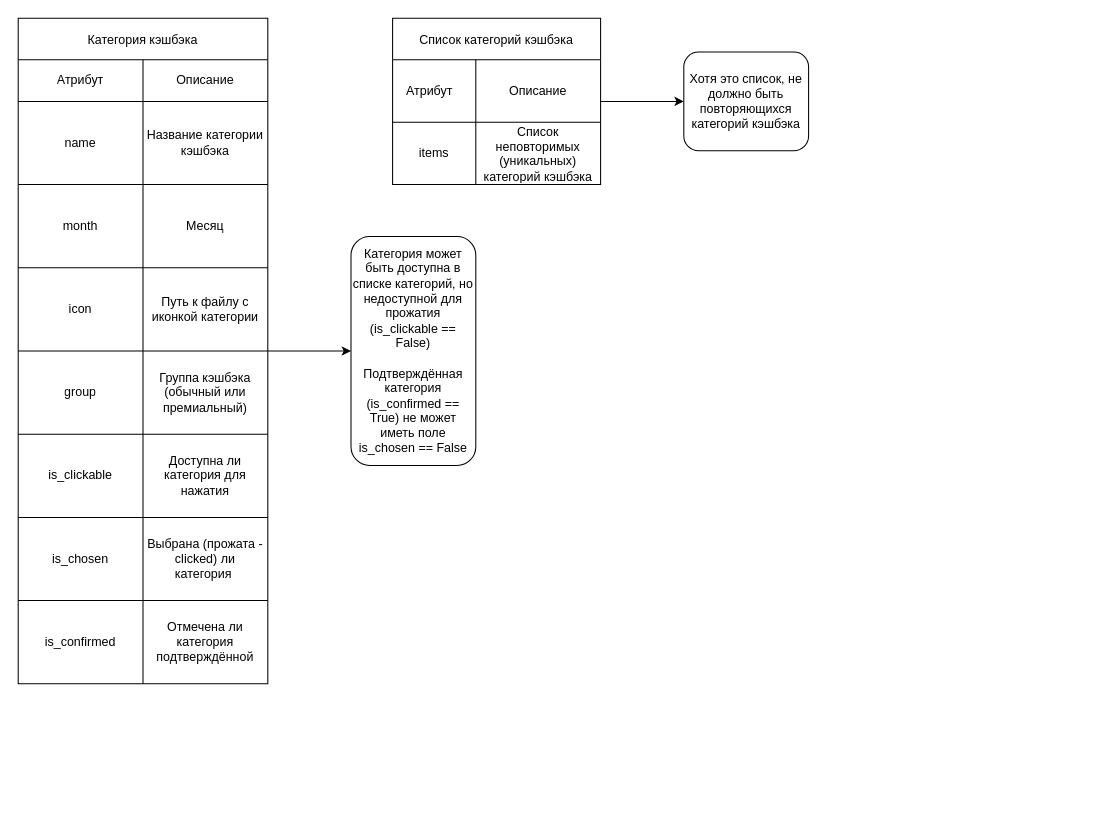
Above: Stanley_Kudrow/core/SA/ex06_data_models/ex06_data_model.drawio in abdullahproff/BSA21_1 (draw.io), before the change. Source tidied: cells renumbered, new cells numbered last; positions are measured from the earlier drawing's top-left corner, leaving out a move shared by most shapes. Both pictures are drawn from the tidied source at 104%, with x=0, y=0 at pixel (18, 18).
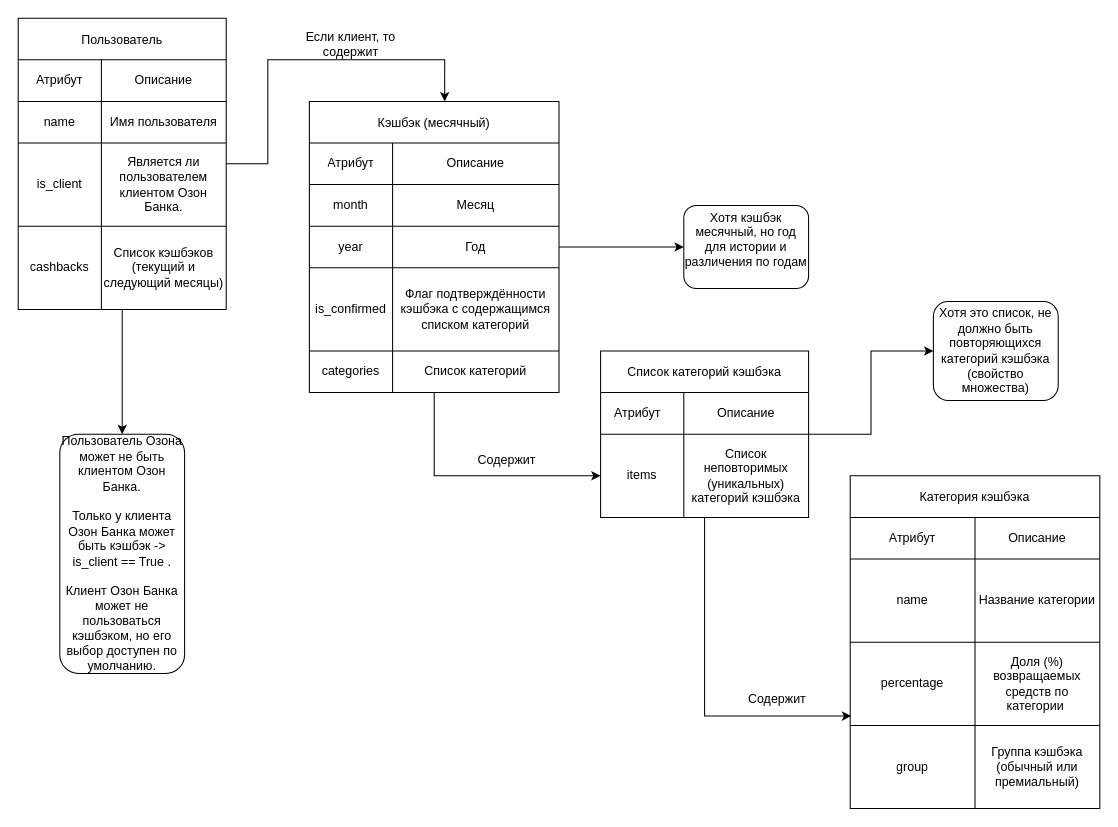
The same page after the edit.

Commit message (it also covers changes not shown here):
update ex06 data models

The change refers to these unchanged cells:
```xml
<mxCell id="7" style="shape=tableRow;horizontal=0;startSize=0;swimlaneHead=0;swimlaneBody=0;strokeColor=inherit;top=0;left=0;bottom=0;right=0;fillColor=none;" parent="3" vertex="1">
  <mxGeometry y="80" width="240" height="80" as="geometry" />
</mxCell>
<mxCell id="10" style="shape=tableRow;horizontal=0;startSize=0;swimlaneHead=0;swimlaneBody=0;strokeColor=inherit;top=0;left=0;bottom=0;right=0;fillColor=none;points=[[0,0.5],[1,0.5]];portConstraint=eastwest;" parent="3" vertex="1">
  <mxGeometry y="160" width="240" height="80" as="geometry" />
</mxCell>
```

The edit, as a diff of the source:
```diff
@@
-    <mxCell id="2" style="edgeStyle=orthogonalEdgeStyle;rounded=0;jettySize=auto;html=1;" parent="1" edge="1" source="3" target="28">
-      <mxGeometry relative="1" as="geometry" />
-    </mxCell>
     <mxCell id="3" value="Категория кэшбэка" style="shape=table;startSize=40;childLayout=tableLayout;" parent="1" vertex="1">
-      <mxGeometry width="240" height="640" as="geometry" />
+      <mxGeometry x="800" y="440" width="240" height="320" as="geometry" />
     </mxCell>
@@
-    <mxCell id="9" value="Название категории кэшбэка" style="shape=partialRectangle;html=1;whiteSpace=wrap;strokeColor=inherit;overflow=hidden;fillColor=none;top=0;left=0;bottom=0;right=0;" parent="7" vertex="1">
+    <mxCell id="9" value="Название категории" style="shape=partialRectangle;html=1;whiteSpace=wrap;strokeColor=inherit;overflow=hidden;fillColor=none;top=0;left=0;bottom=0;right=0;" parent="7" vertex="1">
       <mxGeometry x="120" width="120" height="80" as="geometry" />
     </mxCell>
@@
-    <mxCell id="11" value="month" style="shape=partialRectangle;html=1;whiteSpace=wrap;strokeColor=inherit;overflow=hidden;fillColor=none;top=0;left=0;bottom=0;right=0;" parent="10" vertex="1">
+    <mxCell id="11" value="percentage" style="shape=partialRectangle;html=1;whiteSpace=wrap;strokeColor=inherit;overflow=hidden;fillColor=none;top=0;left=0;bottom=0;right=0;" parent="10" vertex="1">
       <mxGeometry width="120" height="80" as="geometry" />
     </mxCell>
-    <mxCell id="12" value="Месяц" style="shape=partialRectangle;html=1;whiteSpace=wrap;strokeColor=inherit;overflow=hidden;fillColor=none;top=0;left=0;bottom=0;right=0;" parent="10" vertex="1">
+    <mxCell id="12" value="Доля (%) возвращаемых средств по категории&amp;nbsp;" style="shape=partialRectangle;html=1;whiteSpace=wrap;strokeColor=inherit;overflow=hidden;fillColor=none;top=0;left=0;bottom=0;right=0;" parent="10" vertex="1">
       <mxGeometry x="120" width="120" height="80" as="geometry" />
     </mxCell>
-    <mxCell id="13" style="shape=tableRow;horizontal=0;startSize=0;swimlaneHead=0;swimlaneBody=0;strokeColor=inherit;top=0;left=0;bottom=0;right=0;fillColor=none;" parent="3" vertex="1">
-      <mxGeometry y="240" width="240" height="80" as="geometry" />
-    </mxCell>
-    <mxCell id="14" value="icon" style="shape=partialRectangle;html=1;whiteSpace=wrap;strokeColor=inherit;overflow=hidden;fillColor=none;top=0;left=0;bottom=0;right=0;" parent="13" vertex="1">
-      <mxGeometry width="120" height="80" as="geometry" />
-    </mxCell>
-    <mxCell id="15" value="Путь к файлу с иконкой категории" style="shape=partialRectangle;html=1;whiteSpace=wrap;strokeColor=inherit;overflow=hidden;fillColor=none;top=0;left=0;bottom=0;right=0;" parent="13" vertex="1">
-      <mxGeometry x="120" width="120" height="80" as="geometry" />
-    </mxCell>
     <mxCell id="16" style="shape=tableRow;horizontal=0;startSize=0;swimlaneHead=0;swimlaneBody=0;strokeColor=inherit;top=0;left=0;bottom=0;right=0;fillColor=none;" parent="3" vertex="1">
-      <mxGeometry y="320" width="240" height="80" as="geometry" />
+      <mxGeometry y="240" width="240" height="80" as="geometry" />
     </mxCell>
@@
-    <mxCell id="19" style="shape=tableRow;horizontal=0;startSize=0;swimlaneHead=0;swimlaneBody=0;strokeColor=inherit;top=0;left=0;bottom=0;right=0;fillColor=none;" parent="3" vertex="1">
-      <mxGeometry y="400" width="240" height="80" as="geometry" />
-    </mxCell>
-    <mxCell id="20" value="is_clickable" style="shape=partialRectangle;html=1;whiteSpace=wrap;strokeColor=inherit;overflow=hidden;fillColor=none;top=0;left=0;bottom=0;right=0;" parent="19" vertex="1">
-      <mxGeometry width="120" height="80" as="geometry" />
-    </mxCell>
-    <mxCell id="21" value="Доступна ли категория для нажатия" style="shape=partialRectangle;html=1;whiteSpace=wrap;strokeColor=inherit;overflow=hidden;fillColor=none;top=0;left=0;bottom=0;right=0;" parent="19" vertex="1">
-      <mxGeometry x="120" width="120" height="80" as="geometry" />
-    </mxCell>
-    <mxCell id="22" style="shape=tableRow;horizontal=0;startSize=0;swimlaneHead=0;swimlaneBody=0;strokeColor=inherit;top=0;left=0;bottom=0;right=0;fillColor=none;" parent="3" vertex="1">
-      <mxGeometry y="480" width="240" height="80" as="geometry" />
-    </mxCell>
-    <mxCell id="23" value="is_chosen" style="shape=partialRectangle;html=1;whiteSpace=wrap;strokeColor=inherit;overflow=hidden;fillColor=none;top=0;left=0;bottom=0;right=0;" parent="22" vertex="1">
-      <mxGeometry width="120" height="80" as="geometry" />
-    </mxCell>
-    <mxCell id="24" value="Выбрана (прожата - clicked) ли категория&amp;nbsp;" style="shape=partialRectangle;html=1;whiteSpace=wrap;strokeColor=inherit;overflow=hidden;fillColor=none;top=0;left=0;bottom=0;right=0;" parent="22" vertex="1">
-      <mxGeometry x="120" width="120" height="80" as="geometry" />
-    </mxCell>
-    <mxCell id="25" style="shape=tableRow;horizontal=0;startSize=0;swimlaneHead=0;swimlaneBody=0;strokeColor=inherit;top=0;left=0;bottom=0;right=0;fillColor=none;" parent="3" vertex="1">
-      <mxGeometry y="560" width="240" height="80" as="geometry" />
-    </mxCell>
-    <mxCell id="26" value="is_confirmed" style="shape=partialRectangle;html=1;whiteSpace=wrap;strokeColor=inherit;overflow=hidden;fillColor=none;top=0;left=0;bottom=0;right=0;" parent="25" vertex="1">
-      <mxGeometry width="120" height="80" as="geometry" />
-    </mxCell>
-    <mxCell id="27" value="Отмечена ли категория подтверждённой" style="shape=partialRectangle;html=1;whiteSpace=wrap;strokeColor=inherit;overflow=hidden;fillColor=none;top=0;left=0;bottom=0;right=0;" parent="25" vertex="1">
-      <mxGeometry x="120" width="120" height="80" as="geometry" />
-    </mxCell>
-    <mxCell id="28" value="Категория может быть доступна в списке категорий, но недоступной для прожатия (is_clickable == False)&lt;div&gt;&lt;br&gt;&lt;/div&gt;&lt;div&gt;Подтверждённая категория (is_confirmed == True) не может иметь поле is_chosen == False&lt;/div&gt;" style="rounded=1;whiteSpace=wrap;html=1;startSize=40;" parent="1" vertex="1">
-      <mxGeometry x="320" y="210" width="120" height="220" as="geometry" />
-    </mxCell>
@@
     <mxCell id="30" value="Список категорий кэшбэка" style="shape=table;startSize=40;childLayout=tableLayout;" parent="1" vertex="1">
-      <mxGeometry x="360" width="200" height="160" as="geometry" />
+      <mxGeometry x="560" y="320" width="200" height="160" as="geometry" />
     </mxCell>
     <mxCell id="31" style="shape=tableRow;horizontal=0;startSize=0;swimlaneHead=0;swimlaneBody=0;strokeColor=inherit;top=0;left=0;bottom=0;right=0;fillColor=none;" parent="30" vertex="1">
-      <mxGeometry y="40" width="200" height="60" as="geometry" />
+      <mxGeometry y="40" width="200" height="40" as="geometry" />
     </mxCell>
     <mxCell id="32" value="Атрибут&lt;span style=&quot;white-space: pre;&quot;&gt;&#9;&lt;/span&gt;" style="shape=partialRectangle;html=1;whiteSpace=wrap;strokeColor=inherit;overflow=hidden;fillColor=none;top=0;left=0;bottom=0;right=0;" parent="31" vertex="1">
-      <mxGeometry width="80" height="60" as="geometry" />
+      <mxGeometry width="80" height="40" as="geometry" />
     </mxCell>
     <mxCell id="33" value="Описание" style="shape=partialRectangle;html=1;whiteSpace=wrap;strokeColor=inherit;overflow=hidden;fillColor=none;top=0;left=0;bottom=0;right=0;" parent="31" vertex="1">
-      <mxGeometry x="80" width="120" height="60" as="geometry" />
+      <mxGeometry x="80" width="120" height="40" as="geometry" />
     </mxCell>
     <mxCell id="34" style="shape=tableRow;horizontal=0;startSize=0;swimlaneHead=0;swimlaneBody=0;strokeColor=inherit;top=0;left=0;bottom=0;right=0;fillColor=none;points=[[0,0.5],[1,0.5]];portConstraint=eastwest;" parent="30" vertex="1">
-      <mxGeometry y="100" width="200" height="60" as="geometry" />
+      <mxGeometry y="80" width="200" height="80" as="geometry" />
     </mxCell>
     <mxCell id="35" value="items" style="shape=partialRectangle;html=1;whiteSpace=wrap;strokeColor=inherit;overflow=hidden;fillColor=none;top=0;left=0;bottom=0;right=0;" parent="34" vertex="1">
-      <mxGeometry width="80" height="60" as="geometry" />
+      <mxGeometry width="80" height="80" as="geometry" />
     </mxCell>
     <mxCell id="36" value="Список неповторимых (уникальных) категорий кэшбэка" style="shape=partialRectangle;html=1;whiteSpace=wrap;strokeColor=inherit;overflow=hidden;fillColor=none;top=0;left=0;bottom=0;right=0;" parent="34" vertex="1">
-      <mxGeometry x="80" width="120" height="60" as="geometry" />
+      <mxGeometry x="80" width="120" height="80" as="geometry" />
     </mxCell>
-    <mxCell id="37" value="Хотя это список, не должно быть повторяющихся категорий кэшбэка" style="rounded=1;whiteSpace=wrap;html=1;startSize=40;" parent="1" vertex="1">
-      <mxGeometry x="640" y="32.5" width="120" height="95" as="geometry" />
+    <mxCell id="37" value="Хотя это список, не должно быть повторяющихся категорий кэшбэка (свойство множества)" style="rounded=1;whiteSpace=wrap;html=1;startSize=40;" parent="1" vertex="1">
+      <mxGeometry x="880" y="272.5" width="120" height="95" as="geometry" />
     </mxCell>
+    <mxCell id="38" style="edgeStyle=orthogonalEdgeStyle;rounded=0;jettySize=auto;html=1;entryX=0;entryY=0.5;entryDx=0;entryDy=0;" parent="1" edge="1" source="40" target="34">
+      <mxGeometry relative="1" as="geometry" />
+    </mxCell>
+    <mxCell id="39" style="edgeStyle=orthogonalEdgeStyle;rounded=0;jettySize=auto;html=1;" parent="1" edge="1" source="40" target="58">
+      <mxGeometry relative="1" as="geometry" />
+    </mxCell>
+    <mxCell id="40" value="Кэшбэк (месячный)" style="shape=table;startSize=40;childLayout=tableLayout;" parent="1" vertex="1">
+      <mxGeometry x="280" y="80" width="240" height="280" as="geometry" />
+    </mxCell>
+    <mxCell id="41" style="shape=tableRow;horizontal=0;startSize=0;swimlaneHead=0;swimlaneBody=0;strokeColor=inherit;top=0;left=0;bottom=0;right=0;fillColor=none;" parent="40" vertex="1">
+      <mxGeometry y="40" width="240" height="40" as="geometry" />
+    </mxCell>
+    <mxCell id="42" value="Атрибут" style="shape=partialRectangle;html=1;whiteSpace=wrap;strokeColor=inherit;overflow=hidden;fillColor=none;top=0;left=0;bottom=0;right=0;" parent="41" vertex="1">
+      <mxGeometry width="80" height="40" as="geometry" />
+    </mxCell>
+    <mxCell id="43" value="Описание" style="shape=partialRectangle;html=1;whiteSpace=wrap;strokeColor=inherit;overflow=hidden;fillColor=none;top=0;left=0;bottom=0;right=0;" parent="41" vertex="1">
+      <mxGeometry x="80" width="160" height="40" as="geometry" />
+    </mxCell>
+    <mxCell id="44" style="shape=tableRow;horizontal=0;startSize=0;swimlaneHead=0;swimlaneBody=0;strokeColor=inherit;top=0;left=0;bottom=0;right=0;fillColor=none;" parent="40" vertex="1">
+      <mxGeometry y="80" width="240" height="40" as="geometry" />
+    </mxCell>
+    <mxCell id="45" value="month" style="shape=partialRectangle;html=1;whiteSpace=wrap;strokeColor=inherit;overflow=hidden;fillColor=none;top=0;left=0;bottom=0;right=0;" parent="44" vertex="1">
+      <mxGeometry width="80" height="40" as="geometry" />
+    </mxCell>
+    <mxCell id="46" value="Месяц" style="shape=partialRectangle;html=1;whiteSpace=wrap;strokeColor=inherit;overflow=hidden;fillColor=none;top=0;left=0;bottom=0;right=0;" parent="44" vertex="1">
+      <mxGeometry x="80" width="160" height="40" as="geometry" />
+    </mxCell>
+    <mxCell id="47" style="shape=tableRow;horizontal=0;startSize=0;swimlaneHead=0;swimlaneBody=0;strokeColor=inherit;top=0;left=0;bottom=0;right=0;fillColor=none;" parent="40" vertex="1">
+      <mxGeometry y="120" width="240" height="40" as="geometry" />
+    </mxCell>
+    <mxCell id="48" value="year" style="shape=partialRectangle;html=1;whiteSpace=wrap;strokeColor=inherit;overflow=hidden;fillColor=none;top=0;left=0;bottom=0;right=0;" parent="47" vertex="1">
+      <mxGeometry width="80" height="40" as="geometry" />
+    </mxCell>
+    <mxCell id="49" value="Год" style="shape=partialRectangle;html=1;whiteSpace=wrap;strokeColor=inherit;overflow=hidden;fillColor=none;top=0;left=0;bottom=0;right=0;" parent="47" vertex="1">
+      <mxGeometry x="80" width="160" height="40" as="geometry" />
+    </mxCell>
+    <mxCell id="50" style="shape=tableRow;horizontal=0;startSize=0;swimlaneHead=0;swimlaneBody=0;strokeColor=inherit;top=0;left=0;bottom=0;right=0;fillColor=none;" parent="40" vertex="1">
+      <mxGeometry y="160" width="240" height="80" as="geometry" />
+    </mxCell>
+    <mxCell id="26" value="is_confirmed" style="shape=partialRectangle;html=1;whiteSpace=wrap;strokeColor=inherit;overflow=hidden;fillColor=none;top=0;left=0;bottom=0;right=0;" parent="50" vertex="1">
+      <mxGeometry width="80" height="80" as="geometry" />
+    </mxCell>
+    <mxCell id="51" value="Флаг подтверждённости кэшбэка с содержащимся списком категорий" style="shape=partialRectangle;html=1;whiteSpace=wrap;strokeColor=inherit;overflow=hidden;fillColor=none;top=0;left=0;bottom=0;right=0;" parent="50" vertex="1">
+      <mxGeometry x="80" width="160" height="80" as="geometry" />
+    </mxCell>
+    <mxCell id="52" style="shape=tableRow;horizontal=0;startSize=0;swimlaneHead=0;swimlaneBody=0;strokeColor=inherit;top=0;left=0;bottom=0;right=0;fillColor=none;" parent="40" vertex="1">
+      <mxGeometry y="240" width="240" height="40" as="geometry" />
+    </mxCell>
+    <mxCell id="53" value="categories" style="shape=partialRectangle;html=1;whiteSpace=wrap;strokeColor=inherit;overflow=hidden;fillColor=none;top=0;left=0;bottom=0;right=0;" parent="52" vertex="1">
+      <mxGeometry width="80" height="40" as="geometry" />
+    </mxCell>
+    <mxCell id="54" value="Список категорий" style="shape=partialRectangle;html=1;whiteSpace=wrap;strokeColor=inherit;overflow=hidden;fillColor=none;top=0;left=0;bottom=0;right=0;" parent="52" vertex="1">
+      <mxGeometry x="80" width="160" height="40" as="geometry" />
+    </mxCell>
+    <mxCell id="55" style="edgeStyle=orthogonalEdgeStyle;rounded=0;jettySize=auto;html=1;entryX=0.004;entryY=0.888;entryDx=0;entryDy=0;entryPerimeter=0;" parent="1" edge="1" source="30" target="10">
+      <mxGeometry relative="1" as="geometry" />
+    </mxCell>
+    <mxCell id="56" value="Содержит" style="text;html=1;align=center;verticalAlign=middle;whiteSpace=wrap;rounded=0;" parent="1" vertex="1">
+      <mxGeometry x="670" y="640" width="120" height="30" as="geometry" />
+    </mxCell>
+    <mxCell id="57" value="Содержит" style="text;html=1;align=center;verticalAlign=middle;whiteSpace=wrap;rounded=0;" parent="1" vertex="1">
+      <mxGeometry x="410" y="410" width="120" height="30" as="geometry" />
+    </mxCell>
+    <mxCell id="58" value="Хотя кэшбэк месячный, но год для истории и различения по годам&lt;div&gt;&lt;br/&gt;&lt;/div&gt;" style="rounded=1;whiteSpace=wrap;html=1;startSize=40;" parent="1" vertex="1">
+      <mxGeometry x="640" y="180" width="120" height="80" as="geometry" />
+    </mxCell>
+    <mxCell id="59" style="edgeStyle=orthogonalEdgeStyle;rounded=0;jettySize=auto;html=1;" parent="1" edge="1" source="60" target="75">
+      <mxGeometry relative="1" as="geometry" />
+    </mxCell>
+    <mxCell id="60" value="Пользователь" style="shape=table;startSize=40;childLayout=tableLayout;" parent="1" vertex="1">
+      <mxGeometry width="200" height="280" as="geometry" />
+    </mxCell>
+    <mxCell id="61" style="shape=tableRow;horizontal=0;startSize=0;swimlaneHead=0;swimlaneBody=0;strokeColor=inherit;top=0;left=0;bottom=0;right=0;fillColor=none;" parent="60" vertex="1">
+      <mxGeometry y="40" width="200" height="40" as="geometry" />
+    </mxCell>
+    <mxCell id="62" value="Атрибут" style="shape=partialRectangle;html=1;whiteSpace=wrap;strokeColor=inherit;overflow=hidden;fillColor=none;top=0;left=0;bottom=0;right=0;" parent="61" vertex="1">
+      <mxGeometry width="80" height="40" as="geometry" />
+    </mxCell>
+    <mxCell id="63" value="Описание" style="shape=partialRectangle;html=1;whiteSpace=wrap;strokeColor=inherit;overflow=hidden;fillColor=none;top=0;left=0;bottom=0;right=0;" parent="61" vertex="1">
+      <mxGeometry x="80" width="120" height="40" as="geometry" />
+    </mxCell>
+    <mxCell id="64" style="shape=tableRow;horizontal=0;startSize=0;swimlaneHead=0;swimlaneBody=0;strokeColor=inherit;top=0;left=0;bottom=0;right=0;fillColor=none;" parent="60" vertex="1">
+      <mxGeometry y="80" width="200" height="40" as="geometry" />
+    </mxCell>
+    <mxCell id="65" value="name" style="shape=partialRectangle;html=1;whiteSpace=wrap;strokeColor=inherit;overflow=hidden;fillColor=none;top=0;left=0;bottom=0;right=0;" parent="64" vertex="1">
+      <mxGeometry width="80" height="40" as="geometry" />
+    </mxCell>
+    <mxCell id="66" value="Имя пользователя" style="shape=partialRectangle;html=1;whiteSpace=wrap;strokeColor=inherit;overflow=hidden;fillColor=none;top=0;left=0;bottom=0;right=0;" parent="64" vertex="1">
+      <mxGeometry x="80" width="120" height="40" as="geometry" />
+    </mxCell>
+    <mxCell id="67" style="shape=tableRow;horizontal=0;startSize=0;swimlaneHead=0;swimlaneBody=0;strokeColor=inherit;top=0;left=0;bottom=0;right=0;fillColor=none;" parent="60" vertex="1">
+      <mxGeometry y="120" width="200" height="80" as="geometry" />
+    </mxCell>
+    <mxCell id="68" value="is_client" style="shape=partialRectangle;html=1;whiteSpace=wrap;strokeColor=inherit;overflow=hidden;fillColor=none;top=0;left=0;bottom=0;right=0;" parent="67" vertex="1">
+      <mxGeometry width="80" height="80" as="geometry" />
+    </mxCell>
+    <mxCell id="69" value="Является ли пользователем клиентом Озон Банка." style="shape=partialRectangle;html=1;whiteSpace=wrap;strokeColor=inherit;overflow=hidden;fillColor=none;top=0;left=0;bottom=0;right=0;" parent="67" vertex="1">
+      <mxGeometry x="80" width="120" height="80" as="geometry" />
+    </mxCell>
+    <mxCell id="70" style="shape=tableRow;horizontal=0;startSize=0;swimlaneHead=0;swimlaneBody=0;strokeColor=inherit;top=0;left=0;bottom=0;right=0;fillColor=none;" parent="60" vertex="1">
+      <mxGeometry y="200" width="200" height="80" as="geometry" />
+    </mxCell>
+    <mxCell id="71" value="cashbacks" style="shape=partialRectangle;html=1;whiteSpace=wrap;strokeColor=inherit;overflow=hidden;fillColor=none;top=0;left=0;bottom=0;right=0;" parent="70" vertex="1">
+      <mxGeometry width="80" height="80" as="geometry" />
+    </mxCell>
+    <mxCell id="72" value="Список кэшбэков (текущий и следующий месяцы)" style="shape=partialRectangle;html=1;whiteSpace=wrap;strokeColor=inherit;overflow=hidden;fillColor=none;top=0;left=0;bottom=0;right=0;" parent="70" vertex="1">
+      <mxGeometry x="80" width="120" height="80" as="geometry" />
+    </mxCell>
+    <mxCell id="73" style="edgeStyle=orthogonalEdgeStyle;rounded=0;jettySize=auto;html=1;entryX=0.542;entryY=0;entryDx=0;entryDy=0;entryPerimeter=0;" parent="1" edge="1" source="60" target="40">
+      <mxGeometry relative="1" as="geometry">
+        <Array as="points">
+          <mxPoint x="240" y="140" />
+          <mxPoint x="240" y="40" />
+          <mxPoint x="410" y="40" />
+        </Array>
+      </mxGeometry>
+    </mxCell>
+    <mxCell id="74" value="Если клиент, то содержит" style="text;html=1;align=center;verticalAlign=middle;whiteSpace=wrap;rounded=0;" parent="1" vertex="1">
+      <mxGeometry x="260" y="10" width="120" height="30" as="geometry" />
+    </mxCell>
+    <mxCell id="75" value="&lt;div&gt;Пользователь Озона может не быть клиентом Озон Банка.&lt;/div&gt;&lt;div&gt;&lt;br&gt;&lt;/div&gt;Только у клиента Озон Банка может быть кэшбэк -&amp;gt; is_client == True .&lt;div&gt;&lt;br&gt;&lt;/div&gt;&lt;div&gt;Клиент Озон Банка может не пользоваться кэшбэком, но его выбор доступен по умолчанию.&lt;/div&gt;" style="rounded=1;whiteSpace=wrap;html=1;startSize=40;" parent="1" vertex="1">
+      <mxGeometry x="40" y="400" width="120" height="230" as="geometry" />
+    </mxCell>
```
